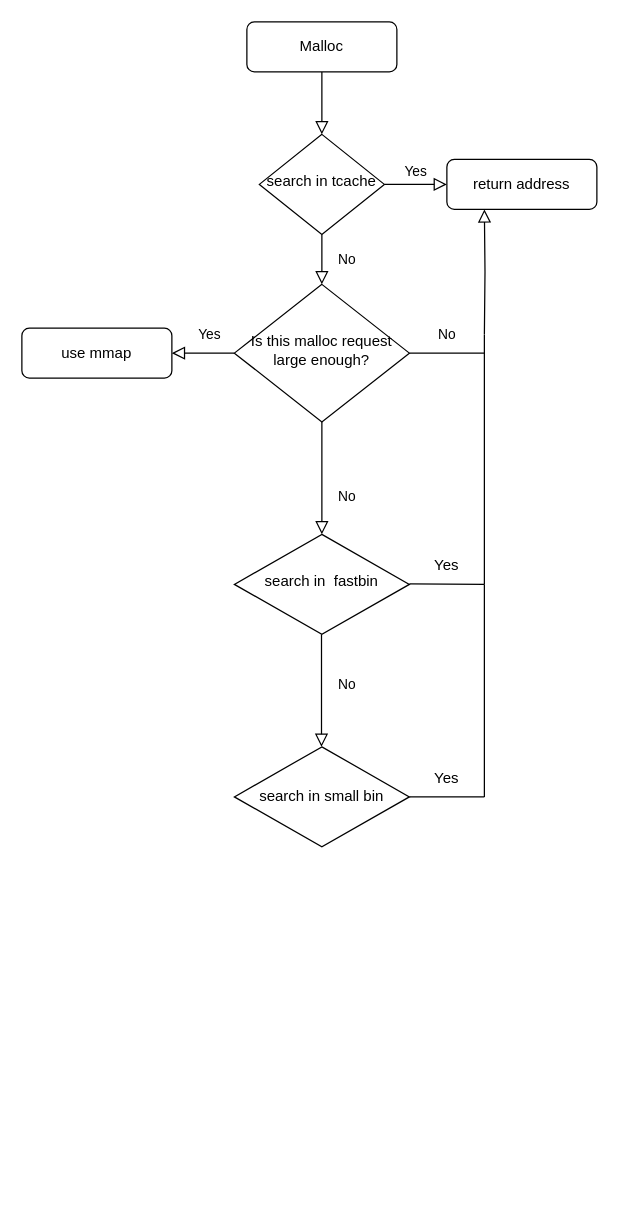
Before: Untitled Diagram.drawio in qishenli/GitBook, a draw.io diagram. Source tidied: cells renumbered, new cells numbered last; positions are measured from the earlier drawing's top-left corner, leaving out a move shared by most shapes. Both pictures are drawn from the tidied source at 125%, with x=0, y=0 at pixel (21, 21).
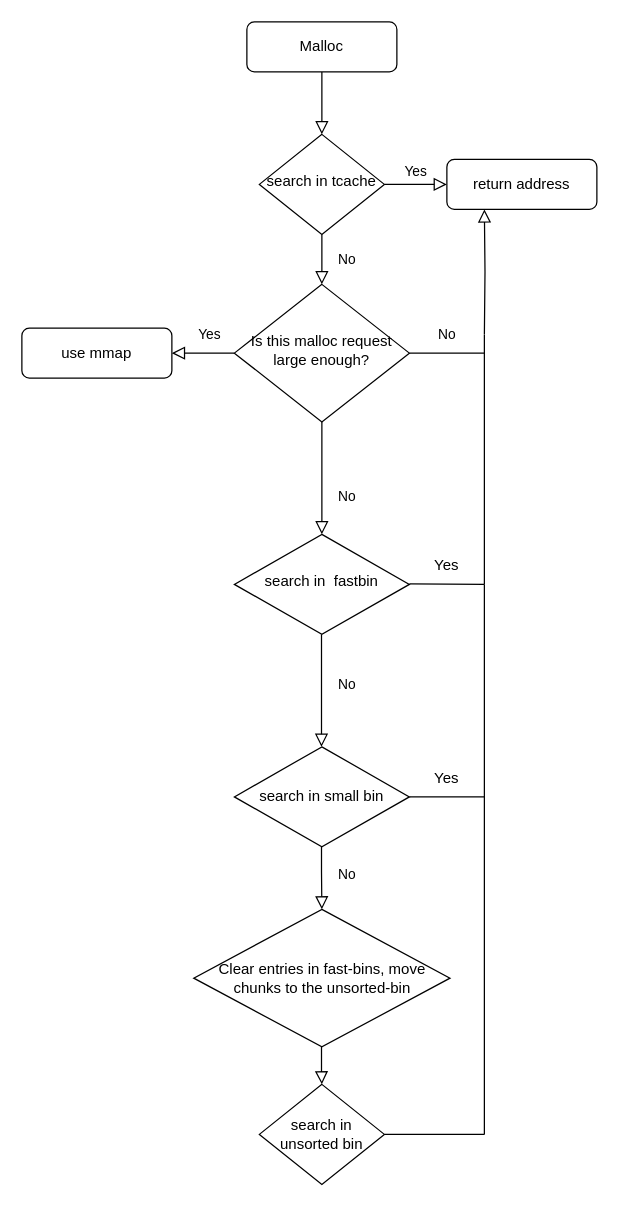
After the change.

The change refers to these unchanged cells:
```xml
<mxCell id="19" value="Yes" style="text;html=1;strokeColor=none;fillColor=none;align=center;verticalAlign=middle;whiteSpace=wrap;rounded=0;" parent="1" vertex="1">
  <mxGeometry x="310" y="590" width="60" height="30" as="geometry" />
</mxCell>
```

Change to the diagram source:
```diff
@@
+    <mxCell id="23" value="No" style="rounded=0;html=1;jettySize=auto;orthogonalLoop=1;fontSize=11;endArrow=block;endFill=0;endSize=8;strokeWidth=1;shadow=0;labelBackgroundColor=none;edgeStyle=orthogonalEdgeStyle;" parent="1" edge="1">
+      <mxGeometry x="-0.11" y="20" relative="1" as="geometry">
+        <mxPoint x="239.7" y="660" as="sourcePoint" />
+        <mxPoint x="240" y="710" as="targetPoint" />
+        <Array as="points">
+          <mxPoint x="240" y="680" />
+          <mxPoint x="240" y="680" />
+        </Array>
+      </mxGeometry>
+    </mxCell>
+    <mxCell id="24" value="Clear entries in fast-bins, move chunks to the unsorted-bin" style="rhombus;whiteSpace=wrap;html=1;" parent="1" vertex="1">
+      <mxGeometry x="137.5" y="710" width="205" height="110" as="geometry" />
+    </mxCell>
+    <mxCell id="25" style="endArrow=none;html=1;rounded=0;entryX=1;entryY=1;entryDx=0;entryDy=0;" parent="1" edge="1" target="19">
+      <mxGeometry relative="1" as="geometry">
+        <mxPoint x="370" y="890" as="sourcePoint" />
+      </mxGeometry>
+    </mxCell>
+    <mxCell id="26" style="rounded=0;html=1;jettySize=auto;orthogonalLoop=1;fontSize=11;endArrow=block;endFill=0;endSize=8;strokeWidth=1;shadow=0;labelBackgroundColor=none;edgeStyle=orthogonalEdgeStyle;" parent="1" edge="1">
+      <mxGeometry x="-0.11" y="20" relative="1" as="geometry">
+        <mxPoint x="239.7" y="820" as="sourcePoint" />
+        <mxPoint x="240" y="850" as="targetPoint" />
+        <Array as="points">
+          <mxPoint x="240" y="840" />
+          <mxPoint x="240" y="840" />
+        </Array>
+      </mxGeometry>
+    </mxCell>
+    <mxCell id="27" value="search in unsorted bin" style="rhombus;whiteSpace=wrap;html=1;" parent="1" vertex="1">
+      <mxGeometry x="190" y="850" width="100" height="80" as="geometry" />
+    </mxCell>
+    <mxCell id="28" style="endArrow=none;html=1;rounded=0;exitX=1;exitY=0.5;exitDx=0;exitDy=0;" parent="1" edge="1" source="27">
+      <mxGeometry relative="1" as="geometry">
+        <mxPoint x="370" y="890" as="targetPoint" />
+      </mxGeometry>
+    </mxCell>
```
